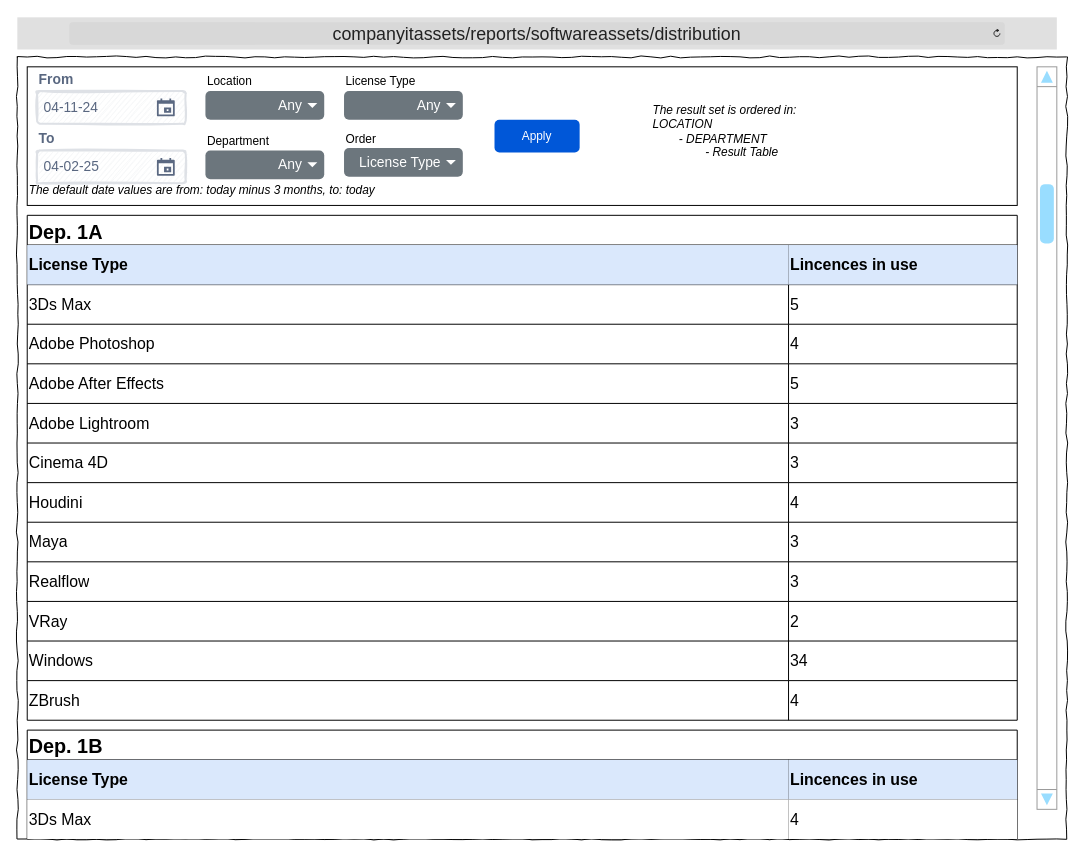
Earlier version of the draw.io diagram Wireframes/ITAT_Reports_Software.drawio (TRed91/ITAssetTracking). Source tidied: cells renumbered, new cells numbered last; positions are measured from the earlier drawing's top-left corner, leaving out a move shared by most shapes. Both pictures are drawn from the tidied source at 99%, with x=0, y=0 at pixel (17, 17).
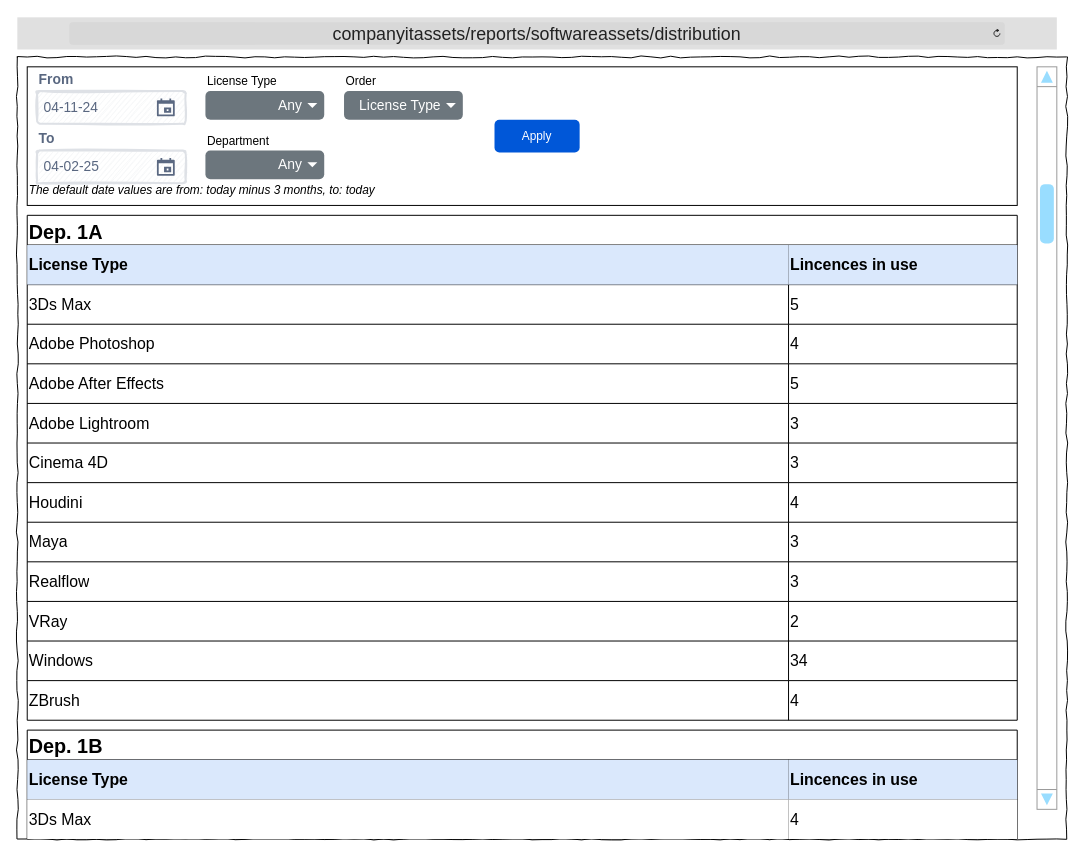
The same page after the edit.

What changed in the source:
```diff
@@
-    <mxCell id="51" value="Location" style="text;html=1;align=left;verticalAlign=middle;whiteSpace=wrap;rounded=0;" parent="1" vertex="1">
-      <mxGeometry x="190" y="50" width="70" height="30" as="geometry" />
-    </mxCell>
-    <mxCell id="52" value="Any" style="html=1;shadow=0;dashed=0;shape=mxgraph.bootstrap.rrect;rSize=5;strokeColor=none;strokeWidth=1;fillColor=#6C767D;fontColor=#ffffff;whiteSpace=wrap;align=right;verticalAlign=middle;fontStyle=0;fontSize=14;spacingRight=20;" parent="1" vertex="1">
-      <mxGeometry x="190" y="74.5" width="120" height="29" as="geometry" />
-    </mxCell>
-    <mxCell id="53" style="shape=triangle;direction=south;fillColor=#ffffff;strokeColor=none;perimeter=none;" parent="52" vertex="1">
-      <mxGeometry x="1" y="0.5" width="10" height="5" relative="1" as="geometry">
-        <mxPoint x="-17" y="-2.5" as="offset" />
-      </mxGeometry>
-    </mxCell>
@@
     <mxCell id="57" value="License Type" style="text;html=1;align=left;verticalAlign=middle;whiteSpace=wrap;rounded=0;" parent="1" vertex="1">
-      <mxGeometry x="330" y="50" width="80" height="30" as="geometry" />
+      <mxGeometry x="190" y="50" width="80" height="30" as="geometry" />
     </mxCell>
     <mxCell id="58" value="Any" style="html=1;shadow=0;dashed=0;shape=mxgraph.bootstrap.rrect;rSize=5;strokeColor=none;strokeWidth=1;fillColor=#6C767D;fontColor=#ffffff;whiteSpace=wrap;align=right;verticalAlign=middle;fontStyle=0;fontSize=14;spacingRight=20;" parent="1" vertex="1">
-      <mxGeometry x="330" y="74.5" width="120" height="29" as="geometry" />
+      <mxGeometry x="190" y="74.5" width="120" height="29" as="geometry" />
     </mxCell>
@@
-    <mxCell id="60" value="&lt;i&gt;&lt;font style=&quot;color: light-dark(rgb(0, 0, 0), rgb(125, 125, 125));&quot;&gt;The result set is ordered in:&lt;/font&gt;&lt;/i&gt;&lt;div&gt;&lt;i&gt;&lt;font style=&quot;color: light-dark(rgb(0, 0, 0), rgb(125, 125, 125));&quot;&gt;LOCATION&lt;/font&gt;&lt;/i&gt;&lt;/div&gt;&lt;div&gt;&lt;i&gt;&lt;font style=&quot;color: light-dark(rgb(0, 0, 0), rgb(125, 125, 125));&quot;&gt;&lt;span style=&quot;white-space: pre;&quot;&gt;&#9;&lt;/span&gt;- DEPARTMENT&lt;br&gt;&lt;/font&gt;&lt;/i&gt;&lt;/div&gt;&lt;div&gt;&lt;i&gt;&lt;font style=&quot;color: light-dark(rgb(0, 0, 0), rgb(125, 125, 125));&quot;&gt;&lt;span style=&quot;white-space: pre;&quot;&gt;&#9;&lt;span style=&quot;white-space: pre;&quot;&gt;&#9;&lt;/span&gt;&lt;/span&gt;- Result Table&amp;nbsp;&lt;br&gt;&lt;/font&gt;&lt;/i&gt;&lt;/div&gt;" style="text;html=1;align=left;verticalAlign=middle;whiteSpace=wrap;rounded=0;" parent="1" vertex="1">
-      <mxGeometry x="640" y="60" width="360" height="110" as="geometry" />
-    </mxCell>
@@
     <mxCell id="68" value="License Type" style="html=1;shadow=0;dashed=0;shape=mxgraph.bootstrap.rrect;rSize=5;strokeColor=none;strokeWidth=1;fillColor=#6C767D;fontColor=#ffffff;whiteSpace=wrap;align=right;verticalAlign=middle;fontStyle=0;fontSize=14;spacingRight=20;" parent="1" vertex="1">
-      <mxGeometry x="330" y="132" width="120" height="29" as="geometry" />
+      <mxGeometry x="330" y="74.5" width="120" height="29" as="geometry" />
     </mxCell>
@@
     <mxCell id="70" value="Order" style="text;html=1;align=left;verticalAlign=middle;whiteSpace=wrap;rounded=0;" parent="1" vertex="1">
-      <mxGeometry x="330" y="107.5" width="80" height="30" as="geometry" />
+      <mxGeometry x="330" y="50" width="80" height="30" as="geometry" />
     </mxCell>
```
